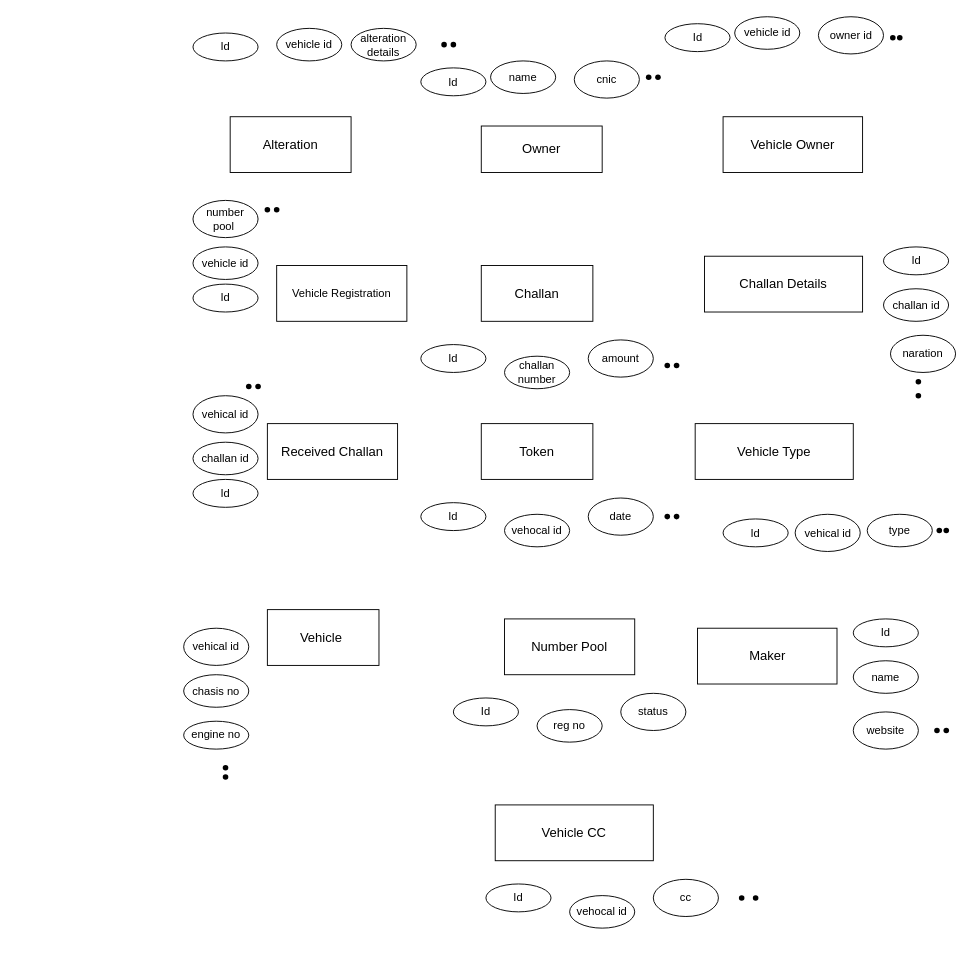
Earlier version of the draw.io diagram Untitled Diagram.drawio (MunawarJohar/Projects_Diagrams). Source tidied: cells renumbered, new cells numbered last; positions are measured from the earlier drawing's top-left corner, leaving out a move shared by most shapes. Both pictures are drawn from the tidied source at 93%, with x=0, y=0 at pixel (183, 16).
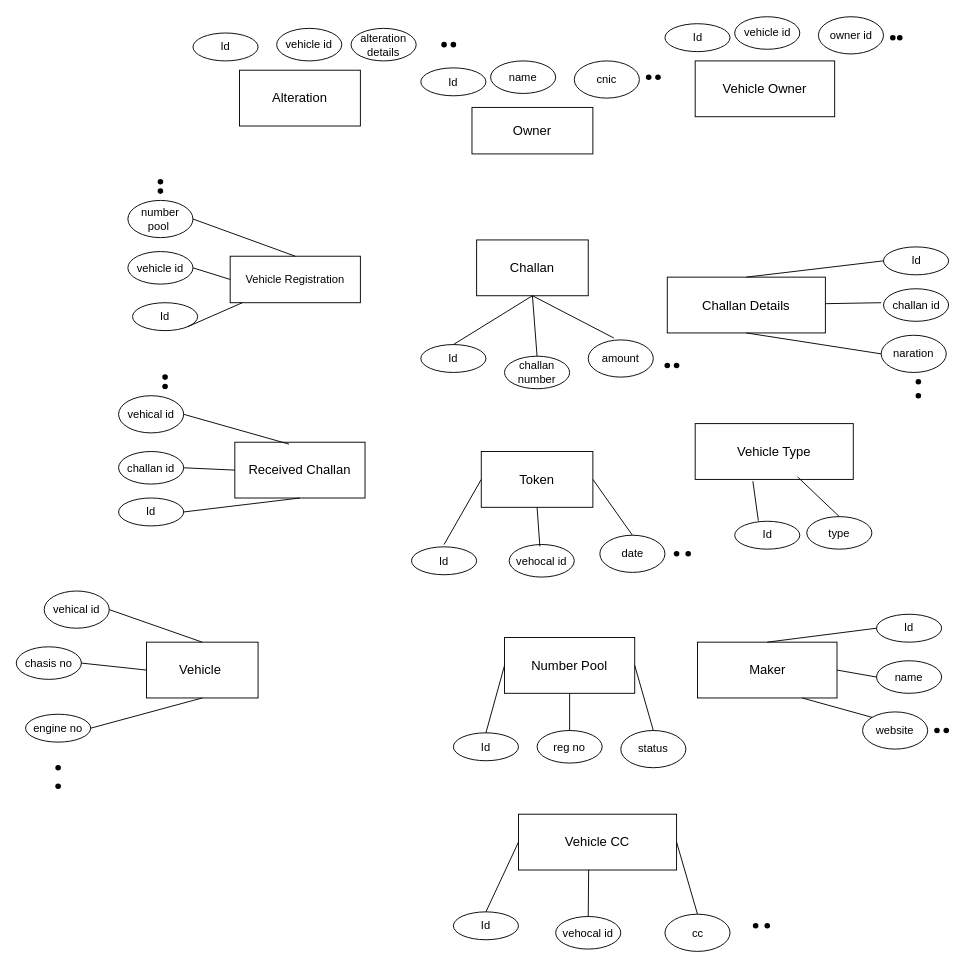
The same diagram, later.

Unchanged cells that the change refers to:
```xml
<mxCell id="10" value="&lt;span style=&quot;font-size: 14px;&quot;&gt;Vehicle Type&lt;/span&gt;" style="rounded=0;whiteSpace=wrap;html=1;" parent="1" vertex="1">
  <mxGeometry x="550" y="438" width="170" height="60" as="geometry" />
</mxCell>
<mxCell id="34" value="Id" style="ellipse;whiteSpace=wrap;html=1;align=center;" parent="1" vertex="1">
  <mxGeometry x="752.5" y="248" width="70" height="30" as="geometry" />
</mxCell>
<mxCell id="37" value="Id" style="ellipse;whiteSpace=wrap;html=1;align=center;" parent="1" vertex="1">
  <mxGeometry x="255" y="353" width="70" height="30" as="geometry" />
</mxCell>
<mxCell id="38" value="challan number" style="ellipse;whiteSpace=wrap;html=1;align=center;" parent="1" vertex="1">
  <mxGeometry x="345" y="365.5" width="70" height="35" as="geometry" />
</mxCell>
<mxCell id="39" value="amount" style="ellipse;whiteSpace=wrap;html=1;align=center;" parent="1" vertex="1">
  <mxGeometry x="435" y="348" width="70" height="40" as="geometry" />
</mxCell>
```

What changed in the source:
```diff
@@
     <mxCell id="2" value="&lt;font style=&quot;font-size: 14px;&quot;&gt;Alteration&lt;/font&gt;" style="rounded=0;whiteSpace=wrap;html=1;" parent="1" vertex="1">
-      <mxGeometry x="50" y="108" width="130" height="60" as="geometry" />
+      <mxGeometry x="60" y="58" width="130" height="60" as="geometry" />
     </mxCell>
     <mxCell id="3" value="&lt;span style=&quot;font-size: 14px;&quot;&gt;Owner&lt;/span&gt;" style="rounded=0;whiteSpace=wrap;html=1;" parent="1" vertex="1">
-      <mxGeometry x="320" y="118" width="130" height="50" as="geometry" />
+      <mxGeometry x="310" y="98" width="130" height="50" as="geometry" />
     </mxCell>
     <mxCell id="4" value="&lt;font style=&quot;font-size: 14px;&quot;&gt;Vehicle Owner&lt;/font&gt;" style="rounded=0;whiteSpace=wrap;html=1;" parent="1" vertex="1">
-      <mxGeometry x="580" y="108" width="150" height="60" as="geometry" />
+      <mxGeometry x="550" y="48" width="150" height="60" as="geometry" />
     </mxCell>
     <mxCell id="5" value="Vehicle Registration" style="rounded=0;whiteSpace=wrap;html=1;" parent="1" vertex="1">
-      <mxGeometry x="100" y="268" width="140" height="60" as="geometry" />
+      <mxGeometry x="50" y="258" width="140" height="50" as="geometry" />
     </mxCell>
     <mxCell id="6" value="&lt;span style=&quot;font-size: 14px;&quot;&gt;Challan&lt;/span&gt;" style="rounded=0;whiteSpace=wrap;html=1;" parent="1" vertex="1">
-      <mxGeometry x="320" y="268" width="120" height="60" as="geometry" />
+      <mxGeometry x="315" y="240.5" width="120" height="60" as="geometry" />
     </mxCell>
     <mxCell id="7" value="&lt;span style=&quot;font-size: 14px;&quot;&gt;Challan Details&lt;/span&gt;" style="rounded=0;whiteSpace=wrap;html=1;" parent="1" vertex="1">
-      <mxGeometry x="560" y="258" width="170" height="60" as="geometry" />
+      <mxGeometry x="520" y="280.5" width="170" height="60" as="geometry" />
     </mxCell>
     <mxCell id="8" value="&lt;span style=&quot;font-size: 14px;&quot;&gt;Received Challan&lt;/span&gt;" style="rounded=0;whiteSpace=wrap;html=1;" parent="1" vertex="1">
-      <mxGeometry x="90" y="438" width="140" height="60" as="geometry" />
+      <mxGeometry x="55" y="458" width="140" height="60" as="geometry" />
     </mxCell>
-    <mxCell id="9" value="&lt;span style=&quot;font-size: 14px;&quot;&gt;Token&lt;/span&gt;" style="rounded=0;whiteSpace=wrap;html=1;" parent="1" vertex="1">
-      <mxGeometry x="320" y="438" width="120" height="60" as="geometry" />
-    </mxCell>
@@
     <mxCell id="11" value="&lt;span style=&quot;font-size: 14px;&quot;&gt;Vehicle&amp;nbsp;&lt;/span&gt;" style="rounded=0;whiteSpace=wrap;html=1;" parent="1" vertex="1">
-      <mxGeometry x="90" y="638" width="120" height="60" as="geometry" />
+      <mxGeometry x="-40" y="673" width="120" height="60" as="geometry" />
     </mxCell>
     <mxCell id="12" value="&lt;span style=&quot;font-size: 14px;&quot;&gt;Number Pool&lt;/span&gt;" style="rounded=0;whiteSpace=wrap;html=1;" parent="1" vertex="1">
-      <mxGeometry x="345" y="648" width="140" height="60" as="geometry" />
+      <mxGeometry x="345" y="668" width="140" height="60" as="geometry" />
     </mxCell>
     <mxCell id="13" value="&lt;span style=&quot;font-size: 14px;&quot;&gt;Maker&lt;/span&gt;" style="rounded=0;whiteSpace=wrap;html=1;" parent="1" vertex="1">
-      <mxGeometry x="552.5" y="658" width="150" height="60" as="geometry" />
+      <mxGeometry x="552.5" y="673" width="150" height="60" as="geometry" />
     </mxCell>
     <mxCell id="14" value="&lt;span style=&quot;font-size: 14px;&quot;&gt;Vehicle CC&lt;/span&gt;" style="rounded=0;whiteSpace=wrap;html=1;" parent="1" vertex="1">
-      <mxGeometry x="335" y="848" width="170" height="60" as="geometry" />
+      <mxGeometry x="360" y="858" width="170" height="60" as="geometry" />
     </mxCell>
@@
     <mxCell id="29" value="Id" style="ellipse;whiteSpace=wrap;html=1;align=center;" parent="1" vertex="1">
-      <mxGeometry x="10" y="288" width="70" height="30" as="geometry" />
+      <mxGeometry x="-55" y="308" width="70" height="30" as="geometry" />
     </mxCell>
     <mxCell id="30" value="vehicle id" style="ellipse;whiteSpace=wrap;html=1;align=center;" parent="1" vertex="1">
-      <mxGeometry x="10" y="248" width="70" height="35" as="geometry" />
+      <mxGeometry x="-60" y="253" width="70" height="35" as="geometry" />
     </mxCell>
     <mxCell id="31" value="number pool&amp;nbsp;" style="ellipse;whiteSpace=wrap;html=1;align=center;" parent="1" vertex="1">
-      <mxGeometry x="10" y="198" width="70" height="40" as="geometry" />
+      <mxGeometry x="-60" y="198" width="70" height="40" as="geometry" />
     </mxCell>
     <mxCell id="32" style="shape=waypoint;sketch=0;size=6;fillColor=none;perimeter=centerPerimeter;" parent="1" vertex="1">
-      <mxGeometry x="80" y="198" width="20" height="20" as="geometry" />
+      <mxGeometry x="-35" y="168" width="20" height="20" as="geometry" />
     </mxCell>
     <mxCell id="33" style="shape=waypoint;sketch=0;size=6;fillColor=none;perimeter=centerPerimeter;" parent="1" vertex="1">
-      <mxGeometry x="90" y="198" width="20" height="20" as="geometry" />
+      <mxGeometry x="-35" y="178" width="20" height="20" as="geometry" />
     </mxCell>
@@
     <mxCell id="36" value="naration" style="ellipse;whiteSpace=wrap;html=1;align=center;" parent="1" vertex="1">
-      <mxGeometry x="760" y="343" width="70" height="40" as="geometry" />
+      <mxGeometry x="750" y="343" width="70" height="40" as="geometry" />
     </mxCell>
@@
     <mxCell id="45" value="Id" style="ellipse;whiteSpace=wrap;html=1;align=center;" parent="1" vertex="1">
-      <mxGeometry x="10" y="498" width="70" height="30" as="geometry" />
+      <mxGeometry x="-70" y="518" width="70" height="30" as="geometry" />
     </mxCell>
     <mxCell id="46" value="challan id" style="ellipse;whiteSpace=wrap;html=1;align=center;" parent="1" vertex="1">
-      <mxGeometry x="10" y="458" width="70" height="35" as="geometry" />
+      <mxGeometry x="-70" y="468" width="70" height="35" as="geometry" />
     </mxCell>
     <mxCell id="47" value="vehical id" style="ellipse;whiteSpace=wrap;html=1;align=center;" parent="1" vertex="1">
-      <mxGeometry x="10" y="408" width="70" height="40" as="geometry" />
+      <mxGeometry x="-70" y="408" width="70" height="40" as="geometry" />
     </mxCell>
     <mxCell id="48" style="shape=waypoint;sketch=0;size=6;fillColor=none;perimeter=centerPerimeter;" parent="1" vertex="1">
-      <mxGeometry x="60" y="388" width="20" height="20" as="geometry" />
+      <mxGeometry x="-30" y="378" width="20" height="20" as="geometry" />
     </mxCell>
     <mxCell id="49" style="shape=waypoint;sketch=0;size=6;fillColor=none;perimeter=centerPerimeter;" parent="1" vertex="1">
-      <mxGeometry x="70" y="388" width="20" height="20" as="geometry" />
+      <mxGeometry x="-30" y="388" width="20" height="20" as="geometry" />
     </mxCell>
     <mxCell id="50" value="engine no" style="ellipse;whiteSpace=wrap;html=1;align=center;" parent="1" vertex="1">
-      <mxGeometry y="758" width="70" height="30" as="geometry" />
+      <mxGeometry x="-170" y="750.5" width="70" height="30" as="geometry" />
     </mxCell>
     <mxCell id="51" value="chasis no" style="ellipse;whiteSpace=wrap;html=1;align=center;" parent="1" vertex="1">
-      <mxGeometry y="708" width="70" height="35" as="geometry" />
+      <mxGeometry x="-180" y="678" width="70" height="35" as="geometry" />
     </mxCell>
     <mxCell id="52" value="vehical id" style="ellipse;whiteSpace=wrap;html=1;align=center;" parent="1" vertex="1">
-      <mxGeometry y="658" width="70" height="40" as="geometry" />
+      <mxGeometry x="-150" y="618" width="70" height="40" as="geometry" />
     </mxCell>
@@
     <mxCell id="54" value="Id" style="ellipse;whiteSpace=wrap;html=1;align=center;" parent="1" vertex="1">
-      <mxGeometry x="255" y="523" width="70" height="30" as="geometry" />
+      <mxGeometry x="245" y="570.5" width="70" height="30" as="geometry" />
     </mxCell>
     <mxCell id="55" value="vehocal id" style="ellipse;whiteSpace=wrap;html=1;align=center;" parent="1" vertex="1">
-      <mxGeometry x="345" y="535.5" width="70" height="35" as="geometry" />
+      <mxGeometry x="350" y="568" width="70" height="35" as="geometry" />
     </mxCell>
     <mxCell id="56" value="date" style="ellipse;whiteSpace=wrap;html=1;align=center;" parent="1" vertex="1">
-      <mxGeometry x="435" y="518" width="70" height="40" as="geometry" />
+      <mxGeometry x="447.5" y="558" width="70" height="40" as="geometry" />
     </mxCell>
     <mxCell id="57" style="shape=waypoint;sketch=0;size=6;fillColor=none;perimeter=centerPerimeter;" parent="1" vertex="1">
-      <mxGeometry x="510" y="528" width="20" height="20" as="geometry" />
+      <mxGeometry x="532.5" y="568" width="20" height="20" as="geometry" />
     </mxCell>
     <mxCell id="58" style="shape=waypoint;sketch=0;size=6;fillColor=none;perimeter=centerPerimeter;" parent="1" vertex="1">
-      <mxGeometry x="520" y="528" width="20" height="20" as="geometry" />
+      <mxGeometry x="520" y="568" width="20" height="20" as="geometry" />
     </mxCell>
     <mxCell id="59" style="shape=waypoint;sketch=0;size=6;fillColor=none;perimeter=centerPerimeter;" parent="1" vertex="1">
-      <mxGeometry x="35" y="798" width="20" height="20" as="geometry" />
+      <mxGeometry x="-145" y="818" width="20" height="20" as="geometry" />
     </mxCell>
     <mxCell id="60" style="shape=waypoint;sketch=0;size=6;fillColor=none;perimeter=centerPerimeter;" parent="1" vertex="1">
-      <mxGeometry x="35" y="808" width="20" height="20" as="geometry" />
+      <mxGeometry x="-145" y="798" width="20" height="20" as="geometry" />
     </mxCell>
     <mxCell id="61" value="Id" style="ellipse;whiteSpace=wrap;html=1;align=center;" parent="1" vertex="1">
-      <mxGeometry x="580" y="540.5" width="70" height="30" as="geometry" />
+      <mxGeometry x="592.5" y="543" width="70" height="30" as="geometry" />
     </mxCell>
     <mxCell id="62" value="type" style="ellipse;whiteSpace=wrap;html=1;align=center;" parent="1" vertex="1">
-      <mxGeometry x="735" y="535.5" width="70" height="35" as="geometry" />
+      <mxGeometry x="670" y="538" width="70" height="35" as="geometry" />
     </mxCell>
-    <mxCell id="63" value="vehical id" style="ellipse;whiteSpace=wrap;html=1;align=center;" parent="1" vertex="1">
-      <mxGeometry x="657.5" y="535.5" width="70" height="40" as="geometry" />
-    </mxCell>
-    <mxCell id="64" style="shape=waypoint;sketch=0;size=6;fillColor=none;perimeter=centerPerimeter;" parent="1" vertex="1">
-      <mxGeometry x="802.5" y="543" width="20" height="20" as="geometry" />
-    </mxCell>
-    <mxCell id="65" style="shape=waypoint;sketch=0;size=6;fillColor=none;perimeter=centerPerimeter;" parent="1" vertex="1">
-      <mxGeometry x="810" y="543" width="20" height="20" as="geometry" />
-    </mxCell>
     <mxCell id="66" value="Id" style="ellipse;whiteSpace=wrap;html=1;align=center;" parent="1" vertex="1">
-      <mxGeometry x="720" y="648" width="70" height="30" as="geometry" />
+      <mxGeometry x="745" y="643" width="70" height="30" as="geometry" />
     </mxCell>
     <mxCell id="67" value="name" style="ellipse;whiteSpace=wrap;html=1;align=center;" parent="1" vertex="1">
-      <mxGeometry x="720" y="693" width="70" height="35" as="geometry" />
+      <mxGeometry x="745" y="693" width="70" height="35" as="geometry" />
     </mxCell>
     <mxCell id="68" value="website" style="ellipse;whiteSpace=wrap;html=1;align=center;" parent="1" vertex="1">
-      <mxGeometry x="720" y="748" width="70" height="40" as="geometry" />
+      <mxGeometry x="730" y="748" width="70" height="40" as="geometry" />
     </mxCell>
@@
     <mxCell id="71" value="Id" style="ellipse;whiteSpace=wrap;html=1;align=center;" parent="1" vertex="1">
-      <mxGeometry x="325" y="933" width="70" height="30" as="geometry" />
+      <mxGeometry x="290" y="963" width="70" height="30" as="geometry" />
     </mxCell>
     <mxCell id="72" value="vehocal id" style="ellipse;whiteSpace=wrap;html=1;align=center;" parent="1" vertex="1">
-      <mxGeometry x="415" y="945.5" width="70" height="35" as="geometry" />
+      <mxGeometry x="400" y="968" width="70" height="35" as="geometry" />
     </mxCell>
     <mxCell id="73" value="cc" style="ellipse;whiteSpace=wrap;html=1;align=center;" parent="1" vertex="1">
-      <mxGeometry x="505" y="928" width="70" height="40" as="geometry" />
+      <mxGeometry x="517.5" y="965.5" width="70" height="40" as="geometry" />
     </mxCell>
     <mxCell id="74" style="shape=waypoint;sketch=0;size=6;fillColor=none;perimeter=centerPerimeter;" parent="1" vertex="1">
-      <mxGeometry x="590" y="938" width="20" height="20" as="geometry" />
+      <mxGeometry x="605" y="968" width="20" height="20" as="geometry" />
     </mxCell>
     <mxCell id="75" style="shape=waypoint;sketch=0;size=6;fillColor=none;perimeter=centerPerimeter;" parent="1" vertex="1">
-      <mxGeometry x="605" y="938" width="20" height="20" as="geometry" />
+      <mxGeometry x="617.5" y="968" width="20" height="20" as="geometry" />
     </mxCell>
     <mxCell id="76" value="Id" style="ellipse;whiteSpace=wrap;html=1;align=center;" parent="1" vertex="1">
-      <mxGeometry x="290" y="733" width="70" height="30" as="geometry" />
+      <mxGeometry x="290" y="770.5" width="70" height="30" as="geometry" />
     </mxCell>
     <mxCell id="77" value="reg no" style="ellipse;whiteSpace=wrap;html=1;align=center;" parent="1" vertex="1">
-      <mxGeometry x="380" y="745.5" width="70" height="35" as="geometry" />
+      <mxGeometry x="380" y="768" width="70" height="35" as="geometry" />
     </mxCell>
     <mxCell id="78" value="status" style="ellipse;whiteSpace=wrap;html=1;align=center;" parent="1" vertex="1">
-      <mxGeometry x="470" y="728" width="70" height="40" as="geometry" />
+      <mxGeometry x="470" y="768" width="70" height="40" as="geometry" />
     </mxCell>
+    <mxCell id="79" style="endArrow=none;html=1;rounded=0;entryX=0.5;entryY=0;entryDx=0;entryDy=0;exitX=1;exitY=0.5;exitDx=0;exitDy=0;" parent="1" edge="1" source="52" target="11">
+      <mxGeometry relative="1" as="geometry" />
+    </mxCell>
+    <mxCell id="80" style="endArrow=none;html=1;rounded=0;entryX=0;entryY=0.5;entryDx=0;entryDy=0;exitX=1;exitY=0.5;exitDx=0;exitDy=0;" parent="1" edge="1" source="51" target="11">
+      <mxGeometry relative="1" as="geometry" />
+    </mxCell>
+    <mxCell id="81" style="endArrow=none;html=1;rounded=0;entryX=0.5;entryY=1;entryDx=0;entryDy=0;exitX=1;exitY=0.5;exitDx=0;exitDy=0;" parent="1" edge="1" source="50" target="11">
+      <mxGeometry relative="1" as="geometry" />
+    </mxCell>
+    <mxCell id="82" style="endArrow=none;html=1;rounded=0;exitX=0.5;exitY=0;exitDx=0;exitDy=0;entryX=0;entryY=0.5;entryDx=0;entryDy=0;" parent="1" edge="1" source="71" target="14">
+      <mxGeometry relative="1" as="geometry" />
+    </mxCell>
+    <mxCell id="83" style="endArrow=none;html=1;rounded=0;exitX=0.5;exitY=0;exitDx=0;exitDy=0;entryX=0.444;entryY=0.995;entryDx=0;entryDy=0;entryPerimeter=0;" parent="1" edge="1" source="72" target="14">
+      <mxGeometry relative="1" as="geometry" />
+    </mxCell>
+    <mxCell id="84" style="endArrow=none;html=1;rounded=0;entryX=1;entryY=0.5;entryDx=0;entryDy=0;exitX=0.5;exitY=0;exitDx=0;exitDy=0;" parent="1" edge="1" source="73" target="14">
+      <mxGeometry relative="1" as="geometry" />
+    </mxCell>
+    <mxCell id="85" style="endArrow=none;html=1;rounded=0;exitX=0.5;exitY=0;exitDx=0;exitDy=0;entryX=0;entryY=0.5;entryDx=0;entryDy=0;" parent="1" edge="1" source="76" target="12">
+      <mxGeometry relative="1" as="geometry" />
+    </mxCell>
+    <mxCell id="86" style="endArrow=none;html=1;rounded=0;exitX=0.5;exitY=0;exitDx=0;exitDy=0;entryX=0.5;entryY=1;entryDx=0;entryDy=0;" parent="1" edge="1" source="77" target="12">
+      <mxGeometry relative="1" as="geometry" />
+    </mxCell>
+    <mxCell id="87" style="endArrow=none;html=1;rounded=0;exitX=0.5;exitY=0;exitDx=0;exitDy=0;entryX=1;entryY=0.5;entryDx=0;entryDy=0;" parent="1" edge="1" source="78" target="12">
+      <mxGeometry relative="1" as="geometry" />
+    </mxCell>
+    <mxCell id="88" style="endArrow=none;html=1;rounded=0;exitX=0.5;exitY=0;exitDx=0;exitDy=0;entryX=0;entryY=0.5;entryDx=0;entryDy=0;" parent="1" edge="1" source="13" target="66">
+      <mxGeometry relative="1" as="geometry" />
+    </mxCell>
+    <mxCell id="89" style="endArrow=none;html=1;rounded=0;exitX=1;exitY=0.5;exitDx=0;exitDy=0;entryX=0;entryY=0.5;entryDx=0;entryDy=0;" parent="1" edge="1" source="13" target="67">
+      <mxGeometry relative="1" as="geometry" />
+    </mxCell>
+    <mxCell id="90" style="endArrow=none;html=1;rounded=0;exitX=0.75;exitY=1;exitDx=0;exitDy=0;entryX=0;entryY=0;entryDx=0;entryDy=0;" parent="1" edge="1" source="13" target="68">
+      <mxGeometry relative="1" as="geometry" />
+    </mxCell>
+    <mxCell id="91" style="endArrow=none;html=1;rounded=0;entryX=0.416;entryY=0.034;entryDx=0;entryDy=0;entryPerimeter=0;exitX=1;exitY=0.5;exitDx=0;exitDy=0;" parent="1" edge="1" source="47" target="8">
+      <mxGeometry relative="1" as="geometry" />
+    </mxCell>
+    <mxCell id="92" style="endArrow=none;html=1;rounded=0;entryX=0;entryY=0.5;entryDx=0;entryDy=0;exitX=1;exitY=0.5;exitDx=0;exitDy=0;" parent="1" edge="1" source="46" target="8">
+      <mxGeometry relative="1" as="geometry" />
+    </mxCell>
+    <mxCell id="93" style="endArrow=none;html=1;rounded=0;exitX=1;exitY=0.5;exitDx=0;exitDy=0;entryX=0.5;entryY=1;entryDx=0;entryDy=0;" parent="1" edge="1" source="45" target="8">
+      <mxGeometry relative="1" as="geometry" />
+    </mxCell>
+    <mxCell id="94" style="endArrow=none;html=1;rounded=0;" parent="1" edge="1" source="9">
+      <mxGeometry relative="1" as="geometry">
+        <mxPoint x="440" y="518" as="targetPoint" />
+      </mxGeometry>
+    </mxCell>
+    <mxCell id="95" style="endArrow=none;html=1;rounded=0;entryX=0;entryY=0.5;entryDx=0;entryDy=0;" parent="1" edge="1" target="9">
+      <mxGeometry relative="1" as="geometry">
+        <mxPoint x="280" y="568" as="sourcePoint" />
+      </mxGeometry>
+    </mxCell>
+    <mxCell id="9" value="&lt;span style=&quot;font-size: 14px;&quot;&gt;Token&lt;/span&gt;" style="rounded=0;whiteSpace=wrap;html=1;" parent="1" vertex="1">
+      <mxGeometry x="320" y="468" width="120" height="60" as="geometry" />
+    </mxCell>
+    <mxCell id="96" style="endArrow=none;html=1;rounded=0;entryX=0.416;entryY=0.034;entryDx=0;entryDy=0;entryPerimeter=0;exitX=0.5;exitY=1;exitDx=0;exitDy=0;" parent="1" edge="1" source="9">
+      <mxGeometry relative="1" as="geometry">
+        <mxPoint x="383" y="570" as="targetPoint" />
+      </mxGeometry>
+    </mxCell>
+    <mxCell id="97" style="endArrow=none;html=1;rounded=0;entryX=0.5;entryY=0;entryDx=0;entryDy=0;exitX=1;exitY=0.5;exitDx=0;exitDy=0;" parent="1" edge="1" source="9" target="56">
+      <mxGeometry relative="1" as="geometry" />
+    </mxCell>
+    <mxCell id="98" style="endArrow=none;html=1;rounded=0;entryX=0.363;entryY=-0.02;entryDx=0;entryDy=0;entryPerimeter=0;exitX=0.365;exitY=1.034;exitDx=0;exitDy=0;exitPerimeter=0;" parent="1" edge="1" source="10" target="61">
+      <mxGeometry relative="1" as="geometry" />
+    </mxCell>
+    <mxCell id="99" style="endArrow=none;html=1;rounded=0;entryX=0.5;entryY=0;entryDx=0;entryDy=0;exitX=0.648;exitY=0.956;exitDx=0;exitDy=0;exitPerimeter=0;" parent="1" edge="1" source="10" target="62">
+      <mxGeometry relative="1" as="geometry" />
+    </mxCell>
+    <mxCell id="100" style="endArrow=none;html=1;rounded=0;exitX=1;exitY=1;exitDx=0;exitDy=0;" parent="1" edge="1" source="29" target="5">
+      <mxGeometry relative="1" as="geometry" />
+    </mxCell>
+    <mxCell id="101" style="endArrow=none;html=1;rounded=0;entryX=0;entryY=0.5;entryDx=0;entryDy=0;exitX=1;exitY=0.5;exitDx=0;exitDy=0;" parent="1" edge="1" source="30" target="5">
+      <mxGeometry relative="1" as="geometry" />
+    </mxCell>
+    <mxCell id="102" style="endArrow=none;html=1;rounded=0;entryX=0.5;entryY=0;entryDx=0;entryDy=0;exitX=1;exitY=0.5;exitDx=0;exitDy=0;" parent="1" edge="1" source="31" target="5">
+      <mxGeometry relative="1" as="geometry" />
+    </mxCell>
+    <mxCell id="103" style="endArrow=none;html=1;rounded=0;entryX=0.5;entryY=1;entryDx=0;entryDy=0;exitX=0.5;exitY=0;exitDx=0;exitDy=0;" parent="1" edge="1" source="37" target="6">
+      <mxGeometry relative="1" as="geometry" />
+    </mxCell>
+    <mxCell id="104" style="endArrow=none;html=1;rounded=0;entryX=0.5;entryY=0;entryDx=0;entryDy=0;exitX=0.5;exitY=1;exitDx=0;exitDy=0;" parent="1" edge="1" source="6" target="38">
+      <mxGeometry relative="1" as="geometry" />
+    </mxCell>
+    <mxCell id="105" style="endArrow=none;html=1;rounded=0;entryX=0.394;entryY=-0.051;entryDx=0;entryDy=0;entryPerimeter=0;exitX=0.5;exitY=1;exitDx=0;exitDy=0;" parent="1" edge="1" source="6" target="39">
+      <mxGeometry relative="1" as="geometry" />
+    </mxCell>
+    <mxCell id="106" style="endArrow=none;html=1;rounded=0;entryX=0;entryY=0.5;entryDx=0;entryDy=0;exitX=0.5;exitY=0;exitDx=0;exitDy=0;" parent="1" edge="1" source="7" target="34">
+      <mxGeometry relative="1" as="geometry" />
+    </mxCell>
+    <mxCell id="107" style="endArrow=none;html=1;rounded=0;" parent="1" edge="1" source="7">
+      <mxGeometry relative="1" as="geometry">
+        <mxPoint x="750" y="308" as="targetPoint" />
+      </mxGeometry>
+    </mxCell>
+    <mxCell id="108" style="endArrow=none;html=1;rounded=0;exitX=0.5;exitY=1;exitDx=0;exitDy=0;entryX=0;entryY=0.5;entryDx=0;entryDy=0;" parent="1" edge="1" source="7" target="36">
+      <mxGeometry relative="1" as="geometry" />
+    </mxCell>
```
